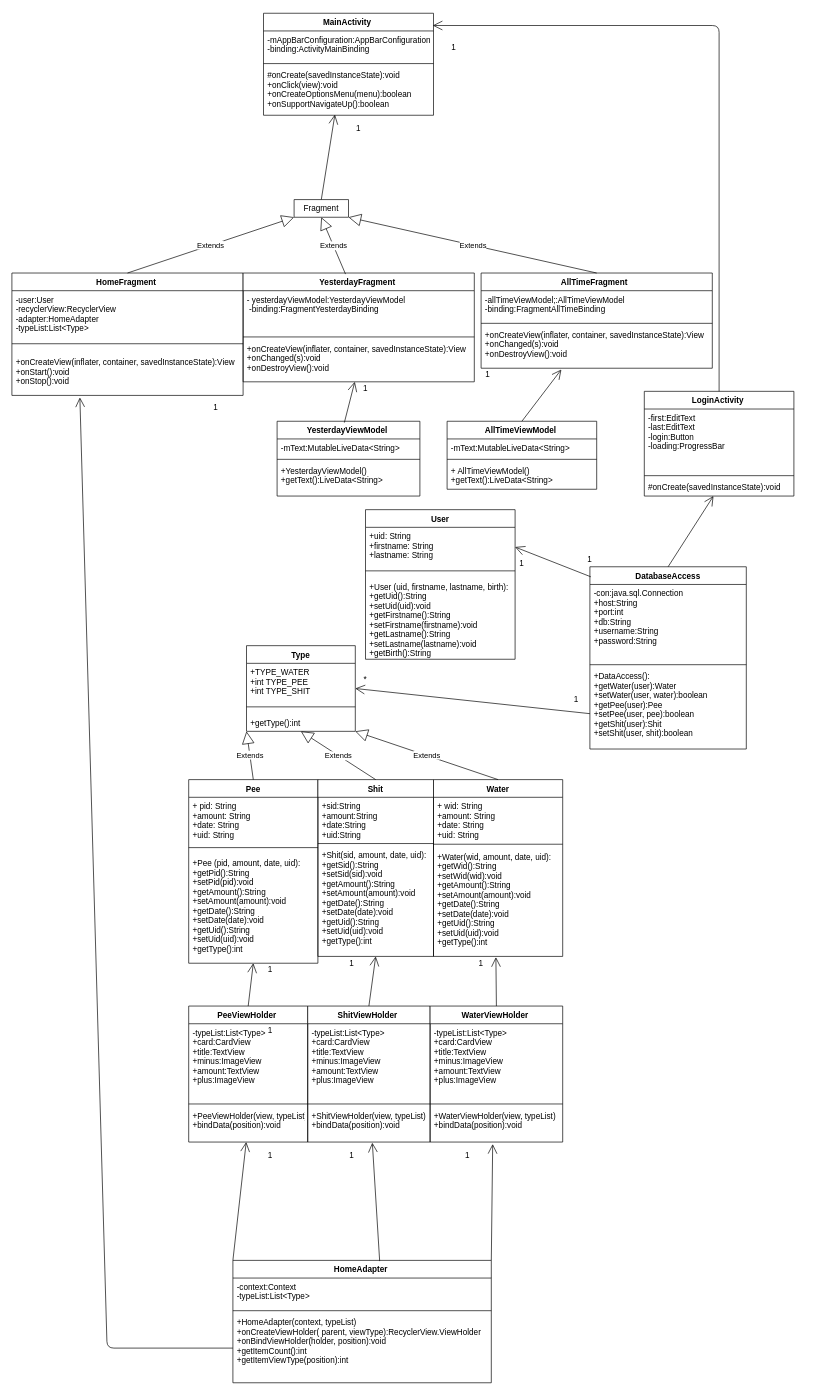
Earlier version of the draw.io diagram Diagramme/Copy of Klassendiagramm.drawio (olisonsturm/LifestyleTracker). Source tidied: cells renumbered, new cells numbered last; positions are measured from the earlier drawing's top-left corner, leaving out a move shared by most shapes. Both pictures are drawn from the tidied source at 68%, with x=0, y=0 at pixel (12, 13).
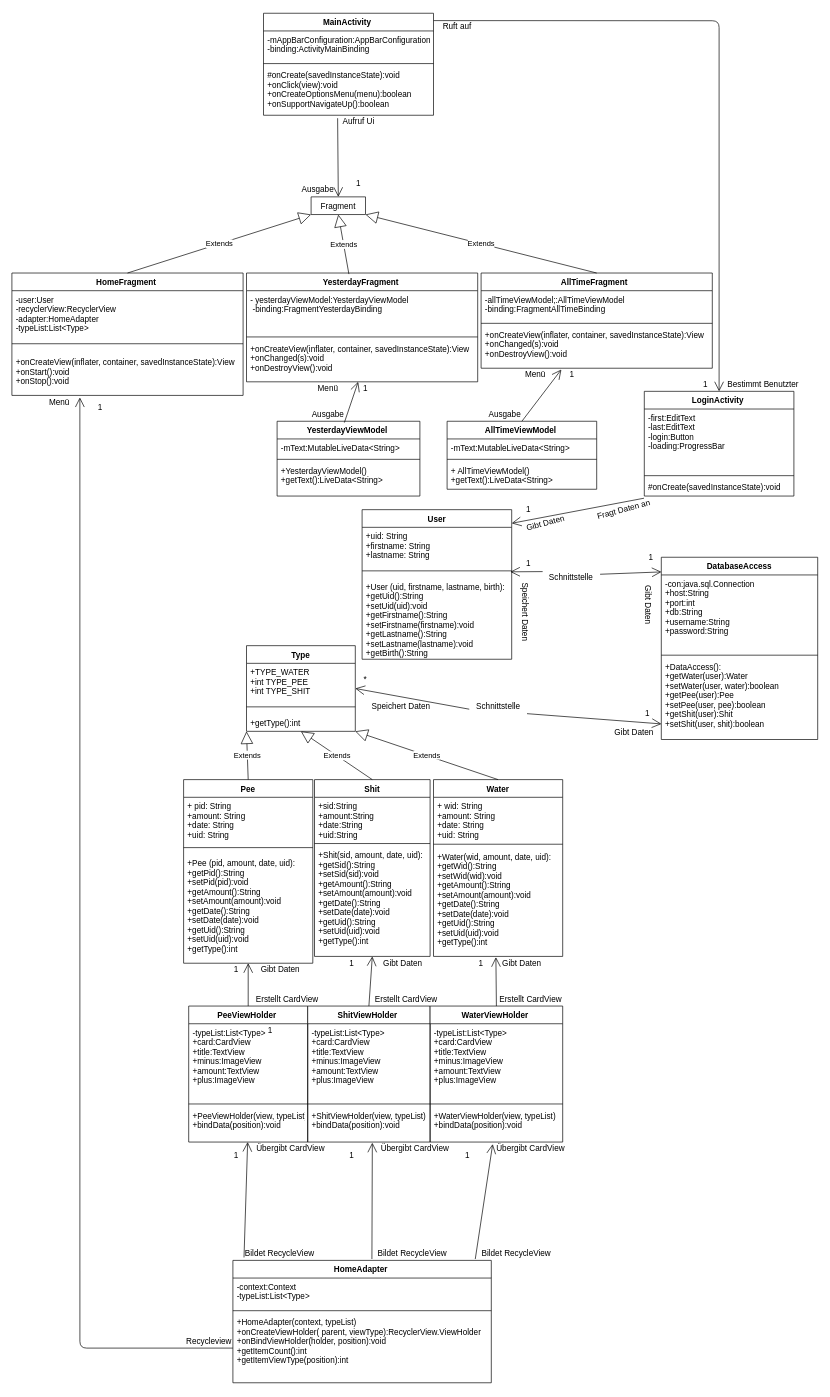
Above is the later version.

The change refers to these unchanged cells:
```xml
<mxCell id="14" value="Type" style="swimlane;fontStyle=1;align=center;verticalAlign=top;horizontal=1;startSize=26;" parent="1" vertex="1">
  <mxGeometry x="345" y="930" width="160" height="126" as="geometry" />
</mxCell>
<mxCell id="18" value="HomeAdapter " style="swimlane;fontStyle=1;align=center;verticalAlign=top;horizontal=1;startSize=26;" parent="1" vertex="1">
  <mxGeometry x="325" y="1834" width="380" height="180" as="geometry" />
</mxCell>
<mxCell id="21" value="+HomeAdapter(context, typeList)&#10;+onCreateViewHolder( parent, viewType):RecyclerView.ViewHolder&#10;+onBindViewHolder(holder, position):void&#10;+getItemCount():int&#10;+getItemViewType(position):int" style="text;strokeColor=none;fillColor=none;align=left;verticalAlign=top;spacingLeft=4;spacingRight=4;overflow=hidden;points=[[0,0.5],[1,0.5]];portConstraint=eastwest;" parent="18" vertex="1">
  <mxGeometry y="78" width="380" height="102" as="geometry" />
</mxCell>
<mxCell id="25" value="+PeeViewHolder(view, typeList)&#10;+bindData(position):void&#10;" style="text;strokeColor=none;fillColor=none;align=left;verticalAlign=top;spacingLeft=4;spacingRight=4;overflow=hidden;points=[[0,0.5],[1,0.5]];portConstraint=eastwest;" parent="22" vertex="1">
  <mxGeometry y="148" width="175" height="52" as="geometry" />
</mxCell>
<mxCell id="29" value="+ShitViewHolder(view, typeList)&#10;+bindData(position):void&#10;" style="text;strokeColor=none;fillColor=none;align=left;verticalAlign=top;spacingLeft=4;spacingRight=4;overflow=hidden;points=[[0,0.5],[1,0.5]];portConstraint=eastwest;" parent="26" vertex="1">
  <mxGeometry y="148" width="180" height="52" as="geometry" />
</mxCell>
<mxCell id="33" value="+WaterViewHolder(view, typeList)&#10;+bindData(position):void&#10;" style="text;strokeColor=none;fillColor=none;align=left;verticalAlign=top;spacingLeft=4;spacingRight=4;overflow=hidden;points=[[0,0.5],[1,0.5]];portConstraint=eastwest;" parent="30" vertex="1">
  <mxGeometry y="148" width="195" height="52" as="geometry" />
</mxCell>
<mxCell id="34" value="MainActivity " style="swimlane;fontStyle=1;align=center;verticalAlign=top;horizontal=1;startSize=26;" parent="1" vertex="1">
  <mxGeometry x="370" width="250" height="150" as="geometry" />
</mxCell>
<mxCell id="37" value="#onCreate(savedInstanceState):void&#10;+onClick(view):void&#10;+onCreateOptionsMenu(menu):boolean&#10;+onSupportNavigateUp():boolean&#10; " style="text;strokeColor=none;fillColor=none;align=left;verticalAlign=top;spacingLeft=4;spacingRight=4;overflow=hidden;points=[[0,0.5],[1,0.5]];portConstraint=eastwest;" parent="34" vertex="1">
  <mxGeometry y="78" width="250" height="72" as="geometry" />
</mxCell>
<mxCell id="49" value="+onCreateView(inflater, container, savedInstanceState):View&#10;+onStart():void&#10;+onStop():void" style="text;strokeColor=none;fillColor=none;align=left;verticalAlign=top;spacingLeft=4;spacingRight=4;overflow=hidden;points=[[0,0.5],[1,0.5]];portConstraint=eastwest;" parent="46" vertex="1">
  <mxGeometry y="118" width="340" height="62" as="geometry" />
</mxCell>
<mxCell id="59" value="-con:java.sql.Connection&#10;+host:String&#10;+port:int&#10;+db:String&#10;+username:String&#10;+password:String&#10;" style="text;strokeColor=none;fillColor=none;align=left;verticalAlign=top;spacingLeft=4;spacingRight=4;overflow=hidden;points=[[0,0.5],[1,0.5]];portConstraint=eastwest;" parent="58" vertex="1">
  <mxGeometry y="26" width="230" height="114" as="geometry" />
</mxCell>
<mxCell id="61" value="+DataAccess():&#10;+getWater(user):Water&#10;+setWater(user, water):boolean&#10;+getPee(user):Pee&#10;+setPee(user, pee):boolean&#10;+getShit(user):Shit&#10;+setShit(user, shit):boolean&#10;" style="text;strokeColor=none;fillColor=none;align=left;verticalAlign=top;spacingLeft=4;spacingRight=4;overflow=hidden;points=[[0,0.5],[1,0.5]];portConstraint=eastwest;" parent="58" vertex="1">
  <mxGeometry y="148" width="230" height="120" as="geometry" />
</mxCell>
<mxCell id="62" value="LoginActivity " style="swimlane;fontStyle=1;align=center;verticalAlign=top;horizontal=1;startSize=26;" parent="1" vertex="1">
  <mxGeometry x="930" y="556" width="220" height="154" as="geometry" />
</mxCell>
<mxCell id="65" value="#onCreate(savedInstanceState):void" style="text;strokeColor=none;fillColor=none;align=left;verticalAlign=top;spacingLeft=4;spacingRight=4;overflow=hidden;points=[[0,0.5],[1,0.5]];portConstraint=eastwest;" parent="62" vertex="1">
  <mxGeometry y="128" width="220" height="26" as="geometry" />
</mxCell>
<mxCell id="91" style="line;strokeWidth=1;fillColor=none;align=left;verticalAlign=middle;spacingTop=-1;spacingLeft=3;spacingRight=3;labelPosition=right;points=[];portConstraint=eastwest;" parent="89" vertex="1">
  <mxGeometry y="80" width="220" height="20" as="geometry" />
</mxCell>
```

Change to the diagram source:
```diff
@@
     <mxCell id="2" value="Pee" style="swimlane;fontStyle=1;align=center;verticalAlign=top;horizontal=1;startSize=26;" parent="1" vertex="1">
-      <mxGeometry x="260" y="1127" width="190" height="270" as="geometry" />
+      <mxGeometry x="252.5" y="1127" width="190" height="270" as="geometry" />
     </mxCell>
@@
     <mxCell id="6" value="Shit" style="swimlane;fontStyle=1;align=center;verticalAlign=top;horizontal=1;startSize=26;" parent="1" vertex="1">
-      <mxGeometry x="450" y="1127" width="170" height="260" as="geometry" />
+      <mxGeometry x="445" y="1127" width="170" height="260" as="geometry" />
     </mxCell>
@@
     <mxCell id="50" value="YesterdayFragment " style="swimlane;fontStyle=1;align=center;verticalAlign=top;horizontal=1;startSize=26;" parent="1" vertex="1">
-      <mxGeometry x="340" y="382" width="340" height="160" as="geometry" />
+      <mxGeometry x="345" y="382" width="340" height="160" as="geometry" />
     </mxCell>
@@
     <mxCell id="58" value="DatabaseAccess" style="swimlane;fontStyle=1;align=center;verticalAlign=top;horizontal=1;startSize=26;" parent="1" vertex="1">
-      <mxGeometry x="850" y="814" width="230" height="268" as="geometry" />
+      <mxGeometry x="955" y="800" width="230" height="268" as="geometry" />
     </mxCell>
@@
     <mxCell id="66" value="1" style="text;html=1;strokeColor=none;fillColor=none;align=center;verticalAlign=middle;whiteSpace=wrap;rounded=0;" parent="1" vertex="1">
-      <mxGeometry x="810" y="1000" width="40" height="20" as="geometry" />
+      <mxGeometry x="915" y="1020" width="40" height="20" as="geometry" />
     </mxCell>
@@
     <mxCell id="69" value="Fragment" style="swimlane;fontStyle=0;horizontal=1;startSize=26;fillColor=none;" parent="1" vertex="1" collapsed="1">
-      <mxGeometry x="415" y="274" width="80" height="26" as="geometry" />
+      <mxGeometry x="440" y="270" width="80" height="26" as="geometry" />
     </mxCell>
@@
     <mxCell id="75" value="1" style="text;html=1;strokeColor=none;fillColor=none;align=center;verticalAlign=middle;whiteSpace=wrap;rounded=0;" parent="1" vertex="1">
-      <mxGeometry x="830" y="794" width="40" height="20" as="geometry" />
+      <mxGeometry x="740" y="720" width="40" height="20" as="geometry" />
     </mxCell>
@@
     <mxCell id="77" value="1" style="text;html=1;strokeColor=none;fillColor=none;align=center;verticalAlign=middle;whiteSpace=wrap;rounded=0;" parent="1" vertex="1">
-      <mxGeometry x="360" y="1397" width="40" height="20" as="geometry" />
+      <mxGeometry x="310" y="1397" width="40" height="20" as="geometry" />
     </mxCell>
@@
     <mxCell id="79" value="1" style="text;html=1;strokeColor=none;fillColor=none;align=center;verticalAlign=middle;whiteSpace=wrap;rounded=0;" parent="1" vertex="1">
-      <mxGeometry x="280" y="570" width="40" height="20" as="geometry" />
+      <mxGeometry x="110" y="570" width="40" height="20" as="geometry" />
     </mxCell>
@@
     <mxCell id="82" value="1" style="text;html=1;strokeColor=none;fillColor=none;align=center;verticalAlign=middle;whiteSpace=wrap;rounded=0;" parent="1" vertex="1">
-      <mxGeometry x="680" y="522" width="40" height="20" as="geometry" />
+      <mxGeometry x="804" y="522" width="40" height="20" as="geometry" />
     </mxCell>
@@
-    <mxCell id="86" style="endArrow=open;endFill=1;endSize=12;html=1;exitX=0.002;exitY=0.263;exitDx=0;exitDy=0;exitPerimeter=0;entryX=1;entryY=0.5;entryDx=0;entryDy=0;" parent="1" edge="1" target="14">
-      <mxGeometry relative="1" as="geometry">
-        <mxPoint x="850" y="1030" as="sourcePoint" />
-      </mxGeometry>
+    <mxCell id="86" style="endArrow=open;endFill=1;endSize=12;html=1;exitX=0.001;exitY=0.672;exitDx=0;exitDy=0;exitPerimeter=0;entryX=1;entryY=0.5;entryDx=0;entryDy=0;startArrow=none;" parent="1" edge="1" source="135" target="14">
+      <mxGeometry relative="1" as="geometry" />
     </mxCell>
-    <mxCell id="87" style="endArrow=open;endFill=1;endSize=12;html=1;exitX=0.006;exitY=0.055;exitDx=0;exitDy=0;exitPerimeter=0;entryX=1;entryY=0.25;entryDx=0;entryDy=0;" parent="1" edge="1" source="58" target="89">
+    <mxCell id="87" style="endArrow=open;endFill=1;endSize=12;html=1;exitX=0.006;exitY=0.055;exitDx=0;exitDy=0;exitPerimeter=0;entryX=0.991;entryY=0.571;entryDx=0;entryDy=0;entryPerimeter=0;startArrow=none;" parent="1" edge="1" source="137" target="91">
       <mxGeometry relative="1" as="geometry" />
     </mxCell>
     <mxCell id="88" value="1" style="text;html=1;strokeColor=none;fillColor=none;align=center;verticalAlign=middle;whiteSpace=wrap;rounded=0;" parent="1" vertex="1">
-      <mxGeometry x="730" y="800" width="40" height="20" as="geometry" />
+      <mxGeometry x="740" y="800" width="40" height="20" as="geometry" />
     </mxCell>
     <mxCell id="89" value="User" style="swimlane;fontStyle=1;align=center;verticalAlign=top;horizontal=1;startSize=26;" parent="1" vertex="1">
-      <mxGeometry x="520" y="730" width="220" height="220" as="geometry" />
+      <mxGeometry x="515" y="730" width="220" height="220" as="geometry" />
     </mxCell>
@@
-    <mxCell id="93" style="endArrow=open;endFill=1;endSize=12;html=1;exitX=0.5;exitY=0;exitDx=0;exitDy=0;entryX=0.996;entryY=0.12;entryDx=0;entryDy=0;entryPerimeter=0;" parent="1" edge="1" source="62" target="34">
+    <mxCell id="93" style="endArrow=open;endFill=1;endSize=12;html=1;exitX=1.001;exitY=0.072;exitDx=0;exitDy=0;exitPerimeter=0;" parent="1" edge="1" source="34" target="62">
       <mxGeometry relative="1" as="geometry">
         <Array as="points">
-          <mxPoint x="1040" y="18" />
+          <mxPoint x="1040" y="11" />
         </Array>
       </mxGeometry>
     </mxCell>
-    <mxCell id="94" style="endArrow=open;endFill=1;endSize=12;html=1;exitX=0.5;exitY=0;exitDx=0;exitDy=0;" parent="1" edge="1" source="58" target="65">
+    <mxCell id="94" style="endArrow=open;endFill=1;endSize=12;html=1;entryX=1;entryY=0.091;entryDx=0;entryDy=0;entryPerimeter=0;exitX=-0.002;exitY=1.122;exitDx=0;exitDy=0;exitPerimeter=0;" parent="1" edge="1" source="65" target="89">
       <mxGeometry relative="1" as="geometry" />
     </mxCell>
-    <mxCell id="95" style="endArrow=open;endFill=1;endSize=12;html=1;exitX=0.5;exitY=0;exitDx=0;exitDy=0;entryX=0.42;entryY=0.986;entryDx=0;entryDy=0;entryPerimeter=0;" parent="1" edge="1" source="69" target="37">
+    <mxCell id="95" style="endArrow=open;endFill=1;endSize=12;html=1;exitX=0.436;exitY=1.06;exitDx=0;exitDy=0;exitPerimeter=0;entryX=0.5;entryY=0;entryDx=0;entryDy=0;" parent="1" edge="1" source="37" target="69">
       <mxGeometry relative="1" as="geometry" />
     </mxCell>
     <mxCell id="96" style="endArrow=open;endFill=1;endSize=12;html=1;exitX=0;exitY=0.5;exitDx=0;exitDy=0;entryX=0.294;entryY=1.048;entryDx=0;entryDy=0;entryPerimeter=0;" parent="1" edge="1" source="21" target="49">
       <mxGeometry relative="1" as="geometry">
         <Array as="points">
-          <mxPoint x="140" y="1963" />
+          <mxPoint x="100" y="1963" />
         </Array>
       </mxGeometry>
     </mxCell>
@@
-    <mxCell id="99" style="endArrow=open;endFill=1;endSize=12;html=1;exitX=1;exitY=0;exitDx=0;exitDy=0;entryX=0.472;entryY=1.058;entryDx=0;entryDy=0;entryPerimeter=0;" parent="1" edge="1" source="18" target="33">
+    <mxCell id="99" style="endArrow=open;endFill=1;endSize=12;html=1;exitX=0.938;exitY=-0.011;exitDx=0;exitDy=0;entryX=0.472;entryY=1.058;entryDx=0;entryDy=0;entryPerimeter=0;exitPerimeter=0;" parent="1" edge="1" source="18" target="33">
       <mxGeometry relative="1" as="geometry" />
     </mxCell>
-    <mxCell id="100" style="endArrow=open;endFill=1;endSize=12;html=1;exitX=0.568;exitY=0.006;exitDx=0;exitDy=0;exitPerimeter=0;entryX=0.528;entryY=1.019;entryDx=0;entryDy=0;entryPerimeter=0;" parent="1" edge="1" source="18" target="29">
+    <mxCell id="100" style="endArrow=open;endFill=1;endSize=12;html=1;exitX=0.538;exitY=-0.011;exitDx=0;exitDy=0;exitPerimeter=0;entryX=0.528;entryY=1.019;entryDx=0;entryDy=0;entryPerimeter=0;" parent="1" edge="1" source="18" target="29">
       <mxGeometry relative="1" as="geometry" />
     </mxCell>
-    <mxCell id="101" style="endArrow=open;endFill=1;endSize=12;html=1;exitX=0;exitY=0;exitDx=0;exitDy=0;" parent="1" edge="1" source="18" target="25">
+    <mxCell id="101" style="endArrow=open;endFill=1;endSize=12;html=1;exitX=0.043;exitY=-0.024;exitDx=0;exitDy=0;exitPerimeter=0;" parent="1" edge="1" source="18" target="25">
       <mxGeometry relative="1" as="geometry" />
     </mxCell>
     <mxCell id="102" value="1" style="text;html=1;strokeColor=none;fillColor=none;align=center;verticalAlign=middle;whiteSpace=wrap;rounded=0;" parent="1" vertex="1">
-      <mxGeometry x="490" y="160" width="40" height="20" as="geometry" />
+      <mxGeometry x="490" y="240" width="40" height="20" as="geometry" />
     </mxCell>
     <mxCell id="103" value="1" style="text;html=1;strokeColor=none;fillColor=none;align=center;verticalAlign=middle;whiteSpace=wrap;rounded=0;" parent="1" vertex="1">
-      <mxGeometry x="630" y="40" width="40" height="20" as="geometry" />
+      <mxGeometry x="1000" y="536" width="40" height="20" as="geometry" />
     </mxCell>
     <mxCell id="104" value="1" style="text;html=1;strokeColor=none;fillColor=none;align=center;verticalAlign=middle;whiteSpace=wrap;rounded=0;" parent="1" vertex="1">
-      <mxGeometry x="360" y="1670" width="40" height="20" as="geometry" />
+      <mxGeometry x="310" y="1670" width="40" height="20" as="geometry" />
     </mxCell>
@@
+    <mxCell id="107" value="Gibt Daten" style="text;html=1;strokeColor=none;fillColor=none;align=center;verticalAlign=middle;whiteSpace=wrap;rounded=0;" parent="1" vertex="1">
+      <mxGeometry x="875" y="1048" width="80" height="20" as="geometry" />
+    </mxCell>
+    <mxCell id="108" value="Speichert Daten" style="text;html=1;strokeColor=none;fillColor=none;align=center;verticalAlign=middle;whiteSpace=wrap;rounded=0;" parent="1" vertex="1">
+      <mxGeometry x="515" y="1010" width="115" height="20" as="geometry" />
+    </mxCell>
+    <mxCell id="109" value="Gibt Daten" style="text;html=1;strokeColor=none;fillColor=none;align=center;verticalAlign=middle;whiteSpace=wrap;rounded=0;rotation=90;" parent="1" vertex="1">
+      <mxGeometry x="895" y="860" width="80" height="20" as="geometry" />
+    </mxCell>
+    <mxCell id="110" value="Speichert Daten" style="text;html=1;strokeColor=none;fillColor=none;align=center;verticalAlign=middle;whiteSpace=wrap;rounded=0;rotation=90;" parent="1" vertex="1">
+      <mxGeometry x="697.5" y="870" width="115" height="20" as="geometry" />
+    </mxCell>
+    <mxCell id="111" value="Fragt Daten an" style="text;html=1;strokeColor=none;fillColor=none;align=center;verticalAlign=middle;whiteSpace=wrap;rounded=0;rotation=-15;" parent="1" vertex="1">
+      <mxGeometry x="845" y="720" width="110" height="20" as="geometry" />
+    </mxCell>
+    <mxCell id="112" value="Gibt Daten" style="text;html=1;strokeColor=none;fillColor=none;align=center;verticalAlign=middle;whiteSpace=wrap;rounded=0;rotation=-15;" parent="1" vertex="1">
+      <mxGeometry x="745" y="740" width="80" height="20" as="geometry" />
+    </mxCell>
+    <mxCell id="113" value="Ruft auf" style="text;html=1;strokeColor=none;fillColor=none;align=center;verticalAlign=middle;whiteSpace=wrap;rounded=0;" parent="1" vertex="1">
+      <mxGeometry x="620" y="10" width="70" height="20" as="geometry" />
+    </mxCell>
+    <mxCell id="114" value="Erstellt CardView" style="text;html=1;strokeColor=none;fillColor=none;align=center;verticalAlign=middle;whiteSpace=wrap;rounded=0;" parent="1" vertex="1">
+      <mxGeometry x="697.5" y="1440" width="130" height="20" as="geometry" />
+    </mxCell>
+    <mxCell id="115" value="Erstellt CardView" style="text;html=1;strokeColor=none;fillColor=none;align=center;verticalAlign=middle;whiteSpace=wrap;rounded=0;" parent="1" vertex="1">
+      <mxGeometry x="515" y="1440" width="130" height="20" as="geometry" />
+    </mxCell>
+    <mxCell id="116" value="Erstellt CardView" style="text;html=1;strokeColor=none;fillColor=none;align=center;verticalAlign=middle;whiteSpace=wrap;rounded=0;" parent="1" vertex="1">
+      <mxGeometry x="340" y="1440" width="130" height="20" as="geometry" />
+    </mxCell>
+    <mxCell id="117" value="Gibt Daten" style="text;html=1;strokeColor=none;fillColor=none;align=center;verticalAlign=middle;whiteSpace=wrap;rounded=0;" parent="1" vertex="1">
+      <mxGeometry x="710" y="1387" width="80" height="20" as="geometry" />
+    </mxCell>
+    <mxCell id="118" value="Gibt Daten" style="text;html=1;strokeColor=none;fillColor=none;align=center;verticalAlign=middle;whiteSpace=wrap;rounded=0;" parent="1" vertex="1">
+      <mxGeometry x="535" y="1387" width="80" height="20" as="geometry" />
+    </mxCell>
+    <mxCell id="119" value="Gibt Daten" style="text;html=1;strokeColor=none;fillColor=none;align=center;verticalAlign=middle;whiteSpace=wrap;rounded=0;" parent="1" vertex="1">
+      <mxGeometry x="355" y="1397" width="80" height="20" as="geometry" />
+    </mxCell>
+    <mxCell id="120" value="Bildet RecycleView" style="text;html=1;strokeColor=none;fillColor=none;align=center;verticalAlign=middle;whiteSpace=wrap;rounded=0;" parent="1" vertex="1">
+      <mxGeometry x="672.5" y="1814" width="137.5" height="20" as="geometry" />
+    </mxCell>
+    <mxCell id="121" value="Bildet RecycleView" style="text;html=1;strokeColor=none;fillColor=none;align=center;verticalAlign=middle;whiteSpace=wrap;rounded=0;" parent="1" vertex="1">
+      <mxGeometry x="520" y="1814" width="137.5" height="20" as="geometry" />
+    </mxCell>
+    <mxCell id="122" value="Bildet RecycleView" style="text;html=1;strokeColor=none;fillColor=none;align=center;verticalAlign=middle;whiteSpace=wrap;rounded=0;" parent="1" vertex="1">
+      <mxGeometry x="325" y="1814" width="137.5" height="20" as="geometry" />
+    </mxCell>
+    <mxCell id="123" value="Übergibt CardView" style="text;html=1;strokeColor=none;fillColor=none;align=center;verticalAlign=middle;whiteSpace=wrap;rounded=0;" parent="1" vertex="1">
+      <mxGeometry x="697.5" y="1660" width="130" height="20" as="geometry" />
+    </mxCell>
+    <mxCell id="124" value="Übergibt CardView" style="text;html=1;strokeColor=none;fillColor=none;align=center;verticalAlign=middle;whiteSpace=wrap;rounded=0;" parent="1" vertex="1">
+      <mxGeometry x="527.5" y="1660" width="130" height="20" as="geometry" />
+    </mxCell>
+    <mxCell id="125" value="Übergibt CardView" style="text;html=1;strokeColor=none;fillColor=none;align=center;verticalAlign=middle;whiteSpace=wrap;rounded=0;" parent="1" vertex="1">
+      <mxGeometry x="345" y="1660" width="130" height="20" as="geometry" />
+    </mxCell>
+    <mxCell id="126" value="Menü" style="text;html=1;strokeColor=none;fillColor=none;align=center;verticalAlign=middle;whiteSpace=wrap;rounded=0;" parent="1" vertex="1">
+      <mxGeometry x="50" y="562" width="40" height="20" as="geometry" />
+    </mxCell>
+    <mxCell id="127" value="Recycleview" style="text;html=1;strokeColor=none;fillColor=none;align=center;verticalAlign=middle;whiteSpace=wrap;rounded=0;" parent="1" vertex="1">
+      <mxGeometry x="270" y="1943" width="40" height="20" as="geometry" />
+    </mxCell>
+    <mxCell id="128" value="Bestimmt Benutzter" style="text;html=1;strokeColor=none;fillColor=none;align=center;verticalAlign=middle;whiteSpace=wrap;rounded=0;" parent="1" vertex="1">
+      <mxGeometry x="1040" y="536" width="130" height="20" as="geometry" />
+    </mxCell>
+    <mxCell id="129" value="Aufruf Ui" style="text;html=1;strokeColor=none;fillColor=none;align=center;verticalAlign=middle;whiteSpace=wrap;rounded=0;" parent="1" vertex="1">
+      <mxGeometry x="440" y="150" width="140" height="20" as="geometry" />
+    </mxCell>
+    <mxCell id="130" value="Ausgabe" style="text;html=1;strokeColor=none;fillColor=none;align=center;verticalAlign=middle;whiteSpace=wrap;rounded=0;" parent="1" vertex="1">
+      <mxGeometry x="430" y="250" width="40" height="20" as="geometry" />
+    </mxCell>
+    <mxCell id="131" value="Menü" style="text;html=1;strokeColor=none;fillColor=none;align=center;verticalAlign=middle;whiteSpace=wrap;rounded=0;" parent="1" vertex="1">
+      <mxGeometry x="445" y="542" width="40" height="20" as="geometry" />
+    </mxCell>
+    <mxCell id="132" value="Menü" style="text;html=1;strokeColor=none;fillColor=none;align=center;verticalAlign=middle;whiteSpace=wrap;rounded=0;" parent="1" vertex="1">
+      <mxGeometry x="750" y="522" width="40" height="20" as="geometry" />
+    </mxCell>
+    <mxCell id="133" value="Ausgabe" style="text;html=1;strokeColor=none;fillColor=none;align=center;verticalAlign=middle;whiteSpace=wrap;rounded=0;" parent="1" vertex="1">
+      <mxGeometry x="445" y="580" width="40" height="20" as="geometry" />
+    </mxCell>
+    <mxCell id="134" value="Ausgabe" style="text;html=1;strokeColor=none;fillColor=none;align=center;verticalAlign=middle;whiteSpace=wrap;rounded=0;" parent="1" vertex="1">
+      <mxGeometry x="705" y="580" width="40" height="20" as="geometry" />
+    </mxCell>
+    <mxCell id="135" value="Schnittstelle" style="text;html=1;strokeColor=none;fillColor=none;align=center;verticalAlign=middle;whiteSpace=wrap;rounded=0;" parent="1" vertex="1">
+      <mxGeometry x="672.5" y="1010" width="85" height="20" as="geometry" />
+    </mxCell>
+    <mxCell id="136" style="endArrow=open;endFill=1;endSize=12;html=1;entryX=0.001;entryY=0.809;entryDx=0;entryDy=0;entryPerimeter=0;exitX=1;exitY=1;exitDx=0;exitDy=0;" parent="1" edge="1" source="135" target="61">
+      <mxGeometry relative="1" as="geometry" />
+    </mxCell>
+    <mxCell id="137" value="Schnittstelle" style="text;html=1;strokeColor=none;fillColor=none;align=center;verticalAlign=middle;whiteSpace=wrap;rounded=0;" parent="1" vertex="1">
+      <mxGeometry x="780" y="820" width="85" height="20" as="geometry" />
+    </mxCell>
+    <mxCell id="138" style="endArrow=open;endFill=1;endSize=12;html=1;entryX=0.001;entryY=-0.039;entryDx=0;entryDy=0;entryPerimeter=0;exitX=1;exitY=0.25;exitDx=0;exitDy=0;" parent="1" edge="1" source="137" target="59">
+      <mxGeometry relative="1" as="geometry" />
+    </mxCell>
+    <mxCell id="139" value="1" style="text;html=1;strokeColor=none;fillColor=none;align=center;verticalAlign=middle;whiteSpace=wrap;rounded=0;" parent="1" vertex="1">
+      <mxGeometry x="920" y="790" width="40" height="20" as="geometry" />
+    </mxCell>
```
